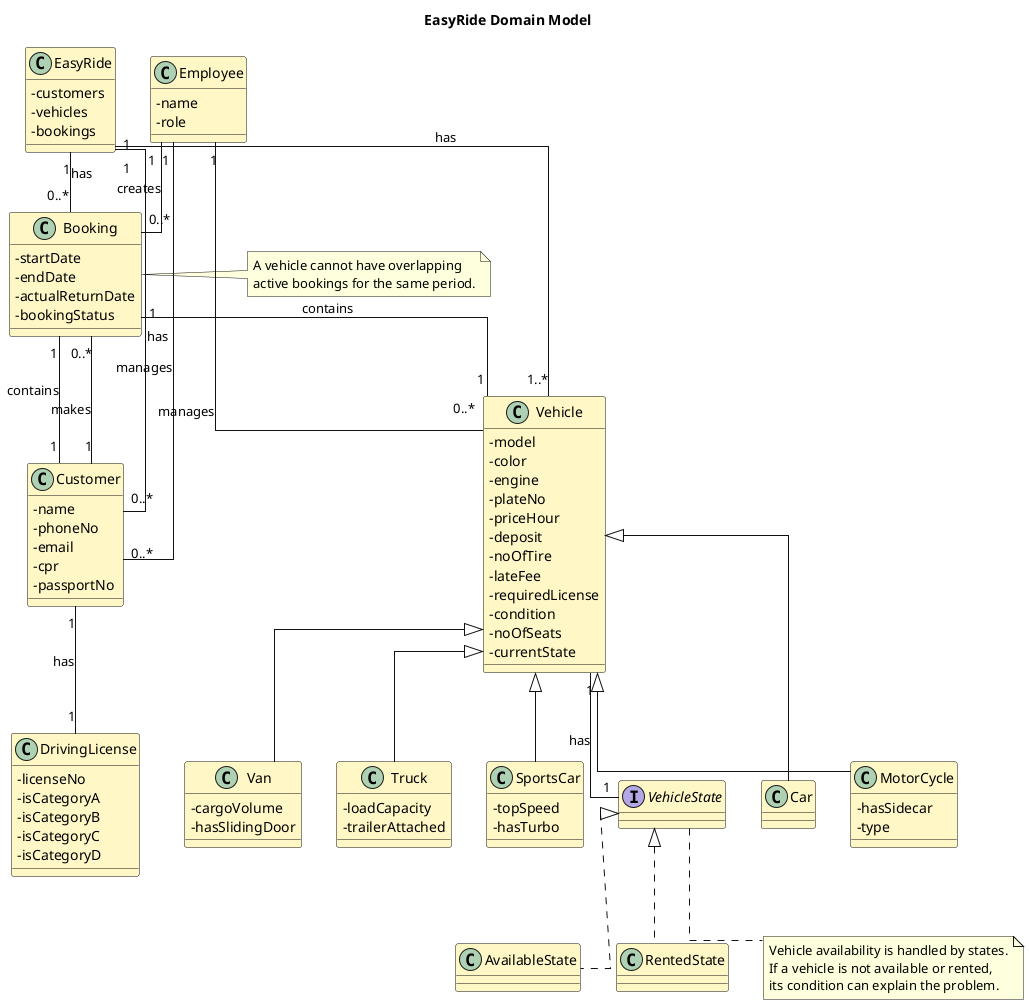
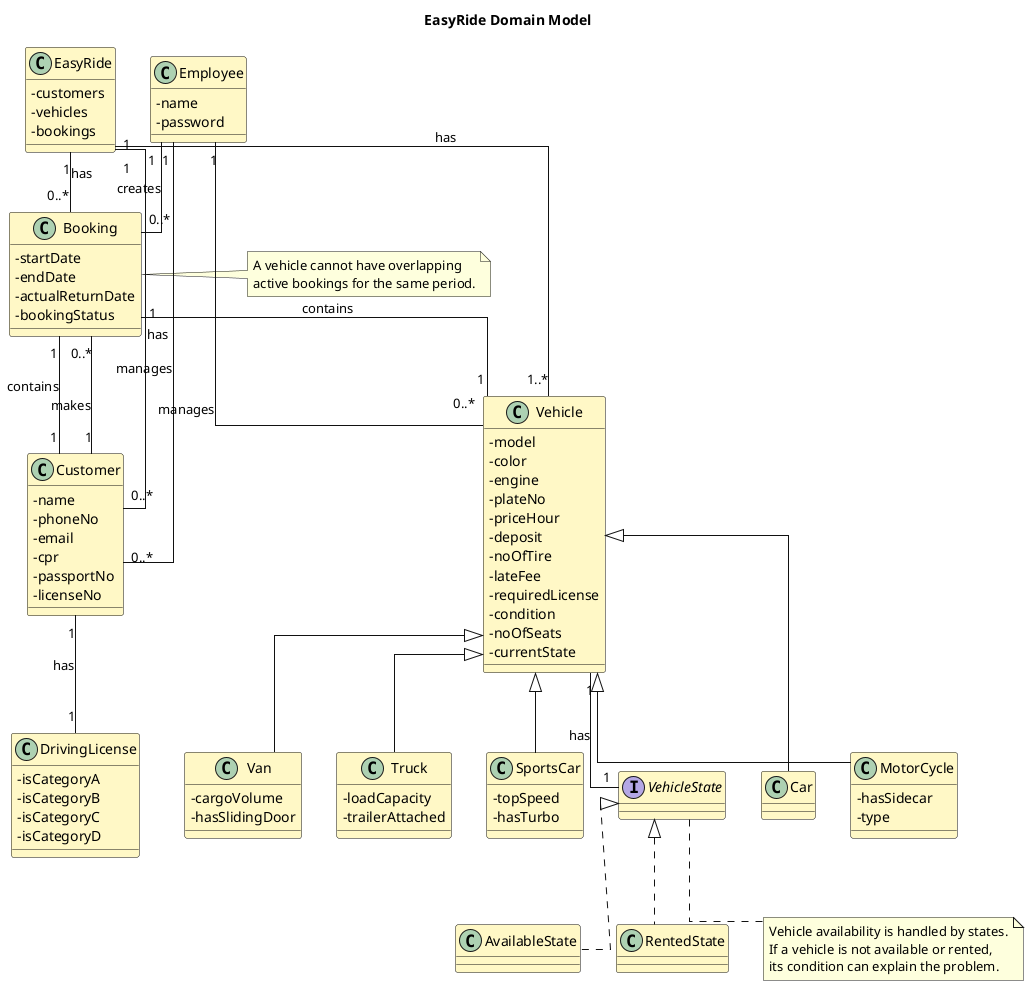
@startuml EasyRide_Domain_Model

title EasyRide Domain Model

skinparam classAttributeIconSize 0
skinparam shadowing false
skinparam linetype ortho
skinparam class {
  BackgroundColor #FFF8C6
  BorderColor #111111
  ArrowColor #111111
}

class EasyRide {
  - customers
  - vehicles
  - bookings
}

class Employee {
  - name
-   - role
+   - password
}

class Customer {
  - name
  - phoneNo
  - email
  - cpr
  - passportNo
+   - licenseNo
}

class DrivingLicense {
-   - licenseNo
  - isCategoryA
  - isCategoryB
  - isCategoryC
  - isCategoryD
}

class Booking {
  - startDate
  - endDate
  - actualReturnDate
  - bookingStatus
}

class Vehicle {
  - model
  - color
  - engine
  - plateNo
  - priceHour
  - deposit
  - noOfTire
  - lateFee
  - requiredLicense
  - condition
  - noOfSeats
  - currentState
}

interface VehicleState

class AvailableState
class RentedState

class Car
class MotorCycle {
  - hasSidecar
  - type
}

class Van {
  - cargoVolume
  - hasSlidingDoor
}

class Truck {
  - loadCapacity
  - trailerAttached
}

class SportsCar {
  - topSpeed
  - hasTurbo
}

EasyRide "1" -- "0..*" Customer : has
EasyRide "1" -- "1..*" Vehicle : has
EasyRide "1" -- "0..*" Booking : has

Employee "1" -- "0..*" Customer : manages
Employee "1" -- "0..*" Vehicle : manages
Employee "1" -- "0..*" Booking : creates

Customer "1" -- "0..*" Booking : makes
Customer "1" -- "1" DrivingLicense : has

Booking "1" -- "1" Customer : contains
Booking "1" -- "1" Vehicle : contains

Vehicle "1" -- "1" VehicleState : has

VehicleState <|.. AvailableState
VehicleState <|.. RentedState

Vehicle <|-- Car
Vehicle <|-- MotorCycle
Vehicle <|-- Van
Vehicle <|-- Truck
Vehicle <|-- SportsCar

note right of Booking
  A vehicle cannot have overlapping
  active bookings for the same period.
end note

note bottom of VehicleState
  Vehicle availability is handled by states.
  If a vehicle is not available or rented,
  its condition can explain the problem.
end note

@enduml
